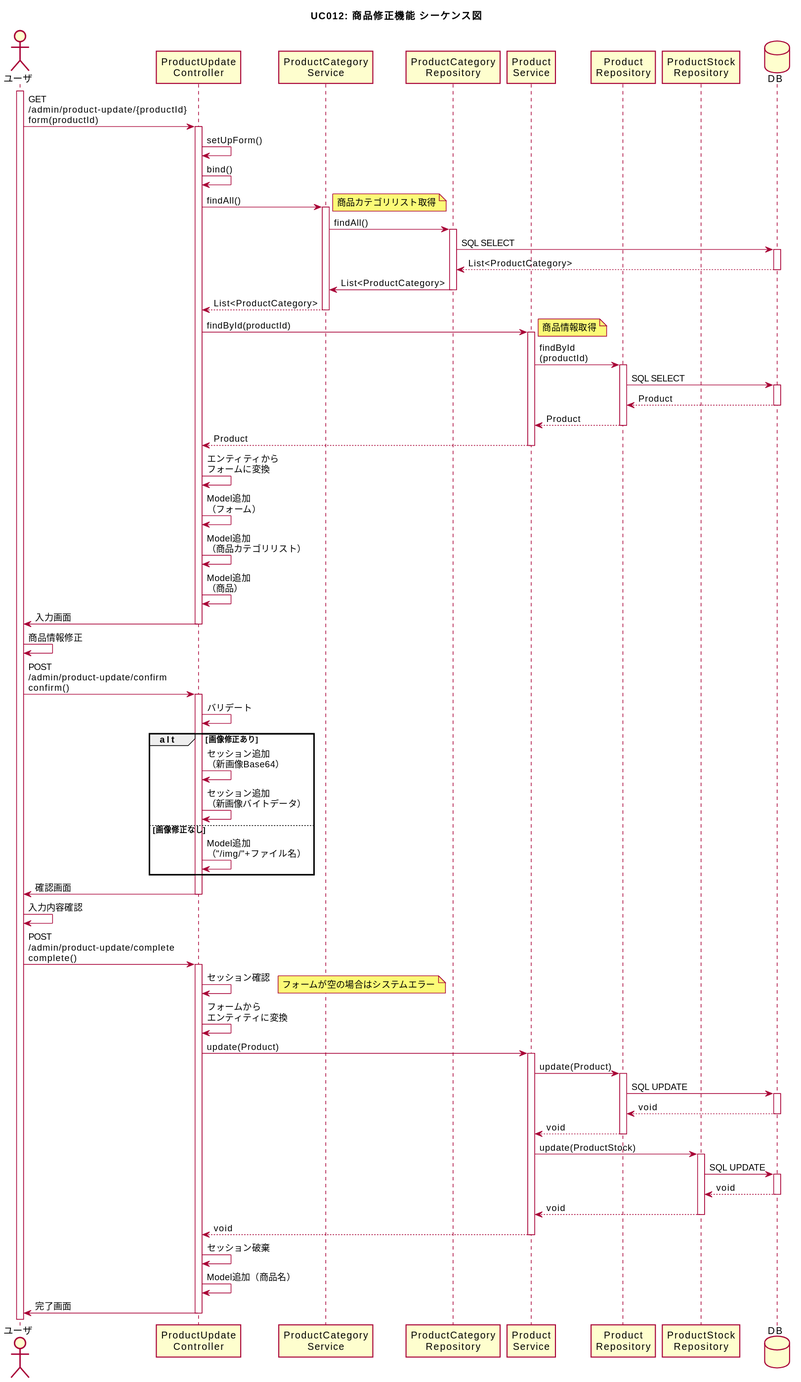
Before: out/plan/diagram/sequence/uc012_product_update/uc012_product_update.svg, a diagram exported from PlantUML (imagepit/fullness-ec).
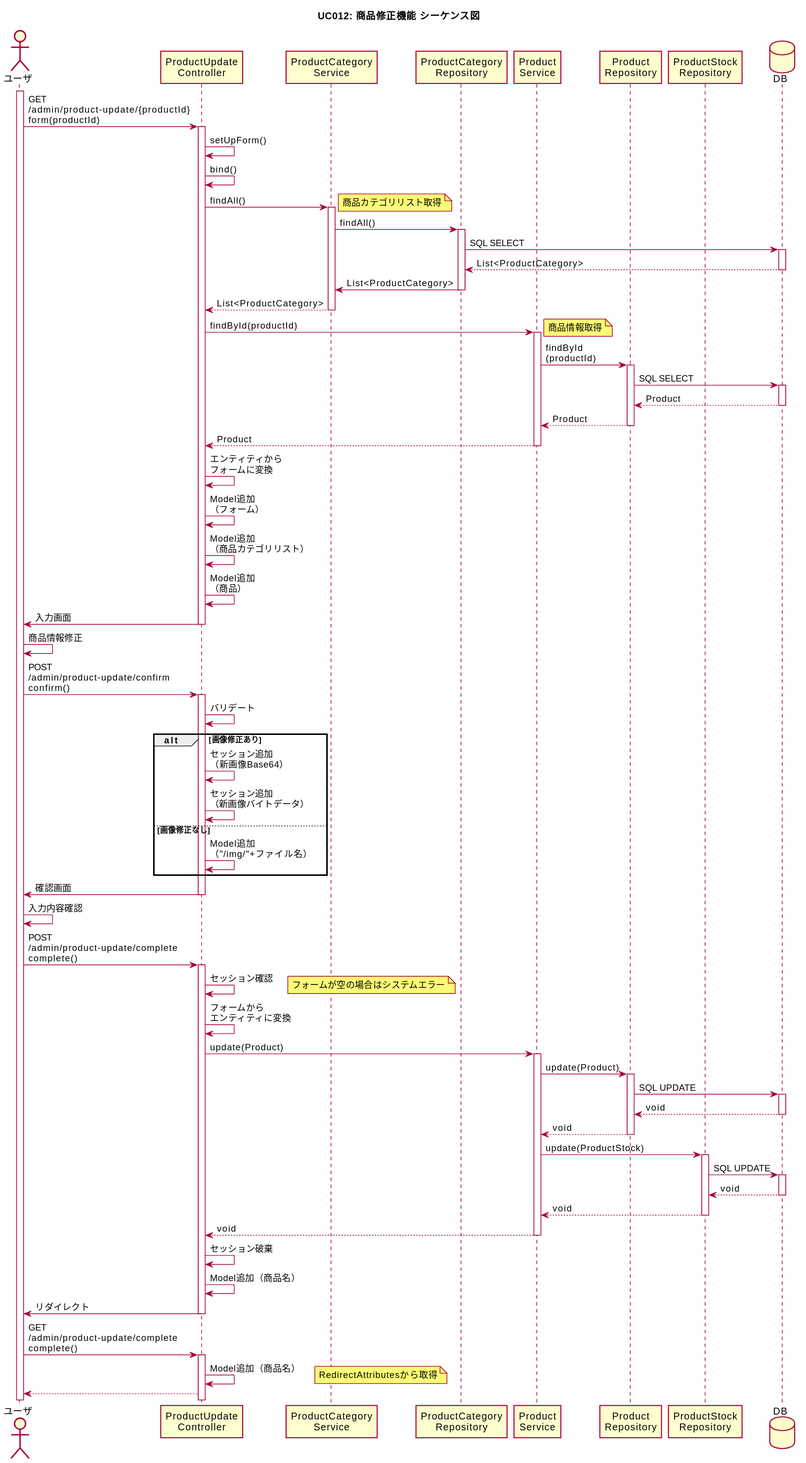
The same file after the commit.

The edit, as a diff of the source:
```diff
@@ -64,5 +64,9 @@
 svc2 --> ctrl -- : void
 ctrl -> ctrl : セッション破棄
 ctrl -> ctrl : Model追加（商品名）
-ctrl -> user -- : 完了画面
+ctrl -> user -- : リダイレクト
+user -> ctrl ++ : GET\n/admin/product-update/complete\ncomplete()
+ctrl -> ctrl : Model追加（商品名）
+note right: RedirectAttributesから取得
+ctrl --> user
 @enduml
```
